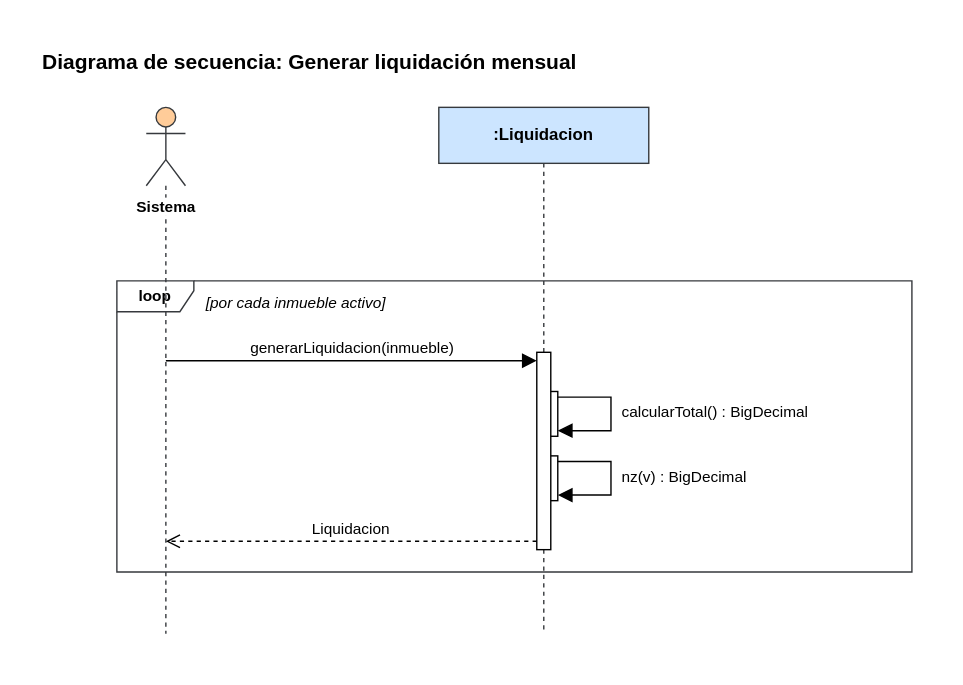
manuel20051208/HorizontalSoftware-Back-End keeps this draw.io diagram as Diagramas/Secuencia/generar-liquidacion-mensual.svg. Above is the earlier version. Source tidied: cells renumbered, new cells last; positions are measured from the earlier drawing's top-left corner, leaving out a move shared by most shapes.
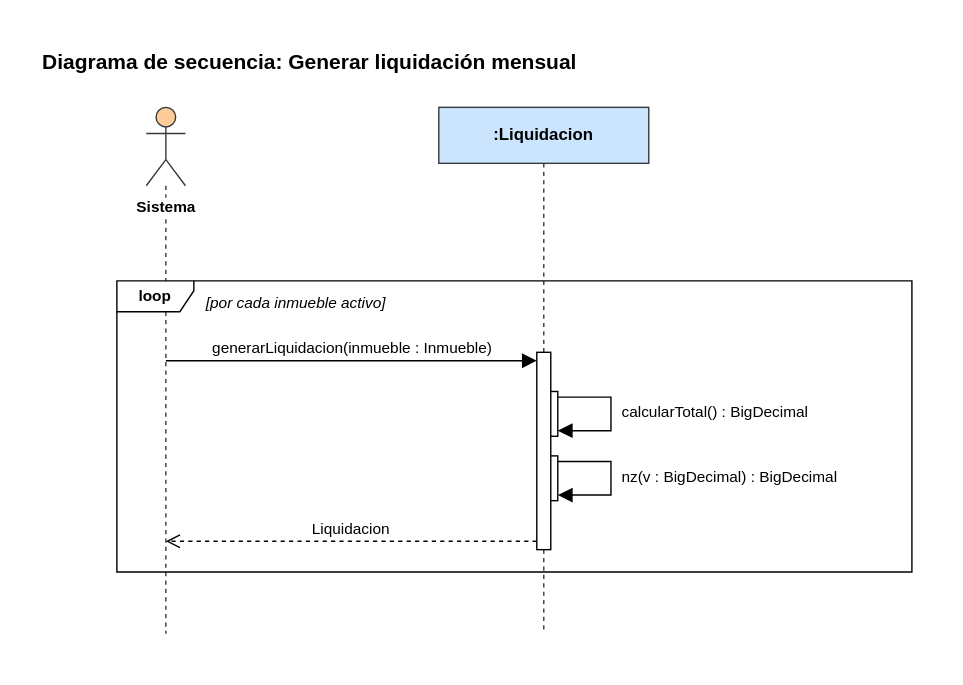
The same diagram one commit later.

The edit, as a diff of the source:
```diff
@@ -20,7 +20,7 @@
     <mxCell id="7" style="html=1;points=[];perimeter=orthogonalPerimeter;fillColor=#ffffff;strokeColor=#000000;" parent="1" vertex="1">
       <mxGeometry x="355" y="223" width="10" height="141" as="geometry" />
     </mxCell>
-    <mxCell id="8" value="generarLiquidacion(inmueble)" style="html=1;verticalAlign=bottom;rounded=0;fontSize=11;strokeColor=#000000;endArrow=block;endFill=1;endSize=8;exitX=0.5000;exitY=0.4814;exitDx=0;exitDy=0;exitPerimeter=0;entryX=0.0000;entryY=0.0426;entryDx=0;entryDy=0;entryPerimeter=0;" parent="1" edge="1" source="3" target="7">
+    <mxCell id="8" value="generarLiquidacion(inmueble : Inmueble)" style="html=1;verticalAlign=bottom;rounded=0;fontSize=11;strokeColor=#000000;endArrow=block;endFill=1;endSize=8;exitX=0.5000;exitY=0.4814;exitDx=0;exitDy=0;exitPerimeter=0;entryX=0.0000;entryY=0.0426;entryDx=0;entryDy=0;entryPerimeter=0;" parent="1" edge="1" source="3" target="7">
       <mxGeometry relative="1" as="geometry" />
     </mxCell>
     <mxCell id="9" style="html=1;rounded=0;endArrow=block;endFill=1;endSize=8;strokeColor=#000000;exitX=1.0000;exitY=0.1250;exitDx=0;exitDy=0;exitPerimeter=0;entryX=1.0000;entryY=0.8750;entryDx=0;entryDy=0;entryPerimeter=0;" parent="1" edge="1" source="5" target="5">
@@ -45,10 +45,10 @@
     <mxCell id="12" value="calcularTotal() : BigDecimal" style="text;html=1;align=left;verticalAlign=top;whiteSpace=wrap;overflow=hidden;fontSize=11;" parent="1" vertex="1">
       <mxGeometry x="414" y="253" width="185" height="28" as="geometry" />
     </mxCell>
-    <mxCell id="13" value="nz(v) : BigDecimal" style="text;html=1;align=left;verticalAlign=top;whiteSpace=wrap;overflow=hidden;fontSize=11;" parent="1" vertex="1">
+    <mxCell id="13" value="nz(v : BigDecimal) : BigDecimal" style="text;html=1;align=left;verticalAlign=top;whiteSpace=wrap;overflow=hidden;fontSize=11;" parent="1" vertex="1">
       <mxGeometry x="414" y="299" width="185" height="28" as="geometry" />
     </mxCell>
-    <mxCell id="14" value="loop" style="shape=umlFrame;whiteSpace=wrap;html=1;fillColor=none;strokeColor=#36393d;fontStyle=1;fontSize=11;width=55;height=22;" parent="1" vertex="1">
+    <mxCell id="14" value="loop" style="shape=umlFrame;whiteSpace=wrap;html=1;fontStyle=1;fontSize=11;width=55;height=22;" parent="1" vertex="1">
       <mxGeometry x="55" y="172" width="568" height="208" as="geometry" />
     </mxCell>
     <mxCell id="15" value="[por cada inmueble activo]" style="text;html=1;align=left;verticalAlign=top;whiteSpace=wrap;fontSize=11;fontStyle=2;" parent="1" vertex="1">
```
